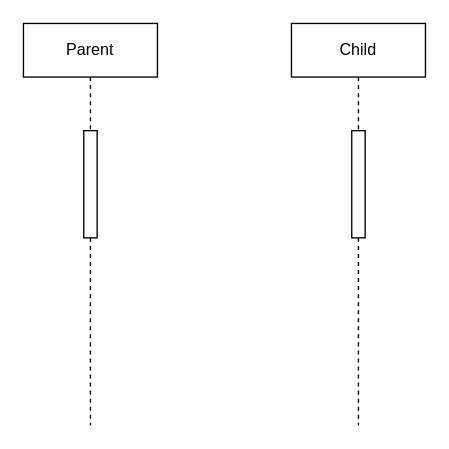
The draw.io diagram lectures/03/processes.drawio in alexey-malov/os-course, before the edit. Source tidied: cells renumbered, new cells numbered last; positions are measured from the earlier drawing's top-left corner, leaving out a move shared by most shapes. Both pictures are drawn from the tidied source at 134%, with x=0, y=0 at pixel (23, 23).
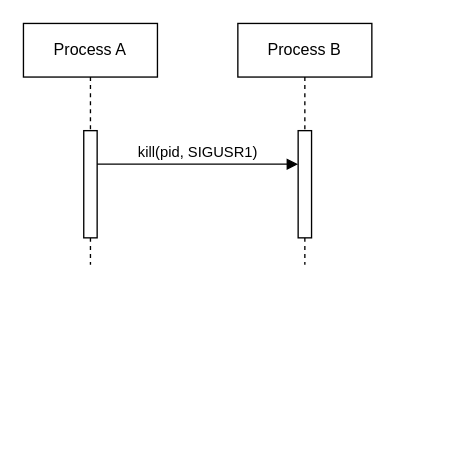
The same page after the edit.

The edit, as a diff of the source:
```diff
@@
 <mxGraphModel>
   <root>
     <mxCell id="0" />
     <mxCell id="1" parent="0" />
-    <mxCell id="2" value="Parent" style="shape=umlLifeline;perimeter=lifelinePerimeter;whiteSpace=wrap;html=1;newEdgeStyle={&quot;curved&quot;:0,&quot;rounded&quot;:0};" parent="1" vertex="1">
-      <mxGeometry width="100" height="300" as="geometry" />
+    <mxCell id="2" value="Process A" style="shape=umlLifeline;perimeter=lifelinePerimeter;whiteSpace=wrap;html=1;newEdgeStyle={&quot;curved&quot;:0,&quot;rounded&quot;:0};" parent="1" vertex="1">
+      <mxGeometry width="100" height="180" as="geometry" />
     </mxCell>
     <mxCell id="3" style="html=1;perimeter=orthogonalPerimeter;targetShapes=umlLifeline;newEdgeStyle={&quot;curved&quot;:0,&quot;rounded&quot;:0};" parent="2" vertex="1">
       <mxGeometry x="45" y="80" width="10" height="80" as="geometry" />
     </mxCell>
-    <mxCell id="4" value="Child" style="shape=umlLifeline;perimeter=lifelinePerimeter;whiteSpace=wrap;html=1;newEdgeStyle={&quot;curved&quot;:0,&quot;rounded&quot;:0};" parent="1" vertex="1">
-      <mxGeometry x="200" width="100" height="300" as="geometry" />
+    <mxCell id="4" value="Process B" style="shape=umlLifeline;perimeter=lifelinePerimeter;whiteSpace=wrap;html=1;newEdgeStyle={&quot;curved&quot;:0,&quot;rounded&quot;:0};" parent="1" vertex="1">
+      <mxGeometry x="160" width="100" height="180" as="geometry" />
     </mxCell>
     <mxCell id="5" style="html=1;perimeter=orthogonalPerimeter;targetShapes=umlLifeline;newEdgeStyle={&quot;curved&quot;:0,&quot;rounded&quot;:0};" parent="4" vertex="1">
       <mxGeometry x="45" y="80" width="10" height="80" as="geometry" />
     </mxCell>
+    <mxCell id="6" value="kill(pid, SIGUSR1)" style="html=1;verticalAlign=bottom;endArrow=block;curved=0;rounded=0;" parent="1" edge="1">
+      <mxGeometry relative="1" as="geometry">
+        <mxPoint x="55" y="105" as="sourcePoint" />
+        <mxPoint x="205" y="105" as="targetPoint" />
+      </mxGeometry>
+    </mxCell>
   </root>
 </mxGraphModel>
```
